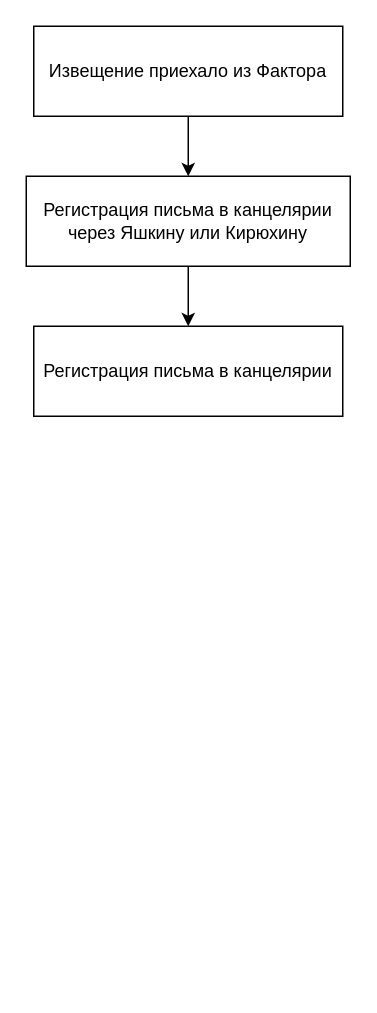
Above: Untitled Diagram.drawio in KataevS/java_basic_22 (draw.io), before the change. Source tidied: cells renumbered, new cells numbered last; positions are measured from the earlier drawing's top-left corner, leaving out a move shared by most shapes. Both pictures are drawn from the tidied source at 150%, with x=0, y=0 at pixel (26, 26).
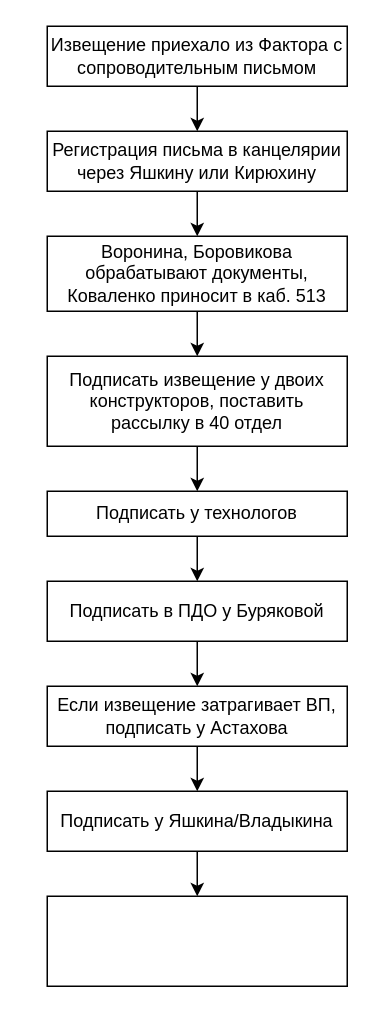
After the change.

Diff of the diagram source:
```diff
@@
-    <mxCell id="3" value="Извещение приехало из Фактора" style="rounded=0;whiteSpace=wrap;html=1;" parent="1" vertex="1">
-      <mxGeometry x="5" width="206" height="60" as="geometry" />
+    <mxCell id="3" value="Извещение приехало из Фактора с сопроводительным письмом" style="rounded=0;whiteSpace=wrap;html=1;" parent="1" vertex="1">
+      <mxGeometry x="14" width="200" height="40" as="geometry" />
     </mxCell>
     <mxCell id="4" value="Регистрация письма в канцелярии&lt;div&gt;через Яшкину или Кирюхину&lt;/div&gt;" style="rounded=0;whiteSpace=wrap;html=1;" parent="1" vertex="1">
-      <mxGeometry y="100" width="216" height="60" as="geometry" />
+      <mxGeometry x="14" y="70" width="200" height="40" as="geometry" />
     </mxCell>
@@
-    <mxCell id="6" value="Регистрация письма в канцелярии" style="rounded=0;whiteSpace=wrap;html=1;" parent="1" vertex="1">
-      <mxGeometry x="5" y="200" width="206" height="60" as="geometry" />
+    <mxCell id="6" value="Воронина, Боровикова обрабатывают документы, Коваленко приносит в каб. 513" style="rounded=0;whiteSpace=wrap;html=1;" parent="1" vertex="1">
+      <mxGeometry x="14" y="140" width="200" height="50" as="geometry" />
     </mxCell>
+    <mxCell id="7" value="Подписать извещение у двоих конструкторов, поставить рассылку в 40 отдел" style="rounded=0;whiteSpace=wrap;html=1;" parent="1" vertex="1">
+      <mxGeometry x="14" y="220" width="200" height="60" as="geometry" />
+    </mxCell>
+    <mxCell id="8" style="endArrow=classic;html=1;rounded=0;entryX=0.5;entryY=0;entryDx=0;entryDy=0;exitX=0.5;exitY=1;exitDx=0;exitDy=0;" parent="1" edge="1" source="6" target="7">
+      <mxGeometry relative="1" as="geometry" />
+    </mxCell>
+    <mxCell id="9" value="Подписать у технологов" style="rounded=0;whiteSpace=wrap;html=1;" parent="1" vertex="1">
+      <mxGeometry x="14" y="310" width="200" height="30" as="geometry" />
+    </mxCell>
+    <mxCell id="10" style="endArrow=classic;html=1;rounded=0;exitX=0.5;exitY=1;exitDx=0;exitDy=0;entryX=0.5;entryY=0;entryDx=0;entryDy=0;" parent="1" edge="1" source="7" target="9">
+      <mxGeometry relative="1" as="geometry" />
+    </mxCell>
+    <mxCell id="11" value="Подписать в ПДО у Буряковой" style="rounded=0;whiteSpace=wrap;html=1;" parent="1" vertex="1">
+      <mxGeometry x="14" y="370" width="200" height="40" as="geometry" />
+    </mxCell>
+    <mxCell id="12" style="endArrow=classic;html=1;rounded=0;entryX=0.5;entryY=0;entryDx=0;entryDy=0;exitX=0.5;exitY=1;exitDx=0;exitDy=0;" parent="1" edge="1" source="9" target="11">
+      <mxGeometry relative="1" as="geometry" />
+    </mxCell>
+    <mxCell id="13" style="edgeStyle=orthogonalEdgeStyle;rounded=0;orthogonalLoop=1;jettySize=auto;html=1;exitX=0.5;exitY=1;exitDx=0;exitDy=0;" parent="1" edge="1" source="6" target="6">
+      <mxGeometry relative="1" as="geometry" />
+    </mxCell>
+    <mxCell id="14" value="Если извещение затрагивает ВП, подписать у Астахова" style="rounded=0;whiteSpace=wrap;html=1;" parent="1" vertex="1">
+      <mxGeometry x="14" y="440" width="200" height="40" as="geometry" />
+    </mxCell>
+    <mxCell id="15" style="endArrow=classic;html=1;rounded=0;entryX=0.5;entryY=0;entryDx=0;entryDy=0;exitX=0.5;exitY=1;exitDx=0;exitDy=0;" parent="1" edge="1" source="11" target="14">
+      <mxGeometry relative="1" as="geometry" />
+    </mxCell>
+    <mxCell id="16" value="Подписать у Яшкина/Владыкина" style="rounded=0;whiteSpace=wrap;html=1;" parent="1" vertex="1">
+      <mxGeometry x="14" y="510" width="200" height="40" as="geometry" />
+    </mxCell>
+    <mxCell id="17" style="endArrow=classic;html=1;rounded=0;exitX=0.5;exitY=1;exitDx=0;exitDy=0;" parent="1" edge="1" source="14" target="16">
+      <mxGeometry relative="1" as="geometry" />
+    </mxCell>
+    <mxCell id="18" style="endArrow=classic;html=1;rounded=0;exitX=0.5;exitY=1;exitDx=0;exitDy=0;" parent="1" edge="1" source="16">
+      <mxGeometry relative="1" as="geometry">
+        <mxPoint x="114" y="580" as="targetPoint" />
+      </mxGeometry>
+    </mxCell>
+    <mxCell id="19" style="rounded=0;whiteSpace=wrap;html=1;" parent="1" vertex="1">
+      <mxGeometry x="14" y="580" width="200" height="60" as="geometry" />
+    </mxCell>
```
